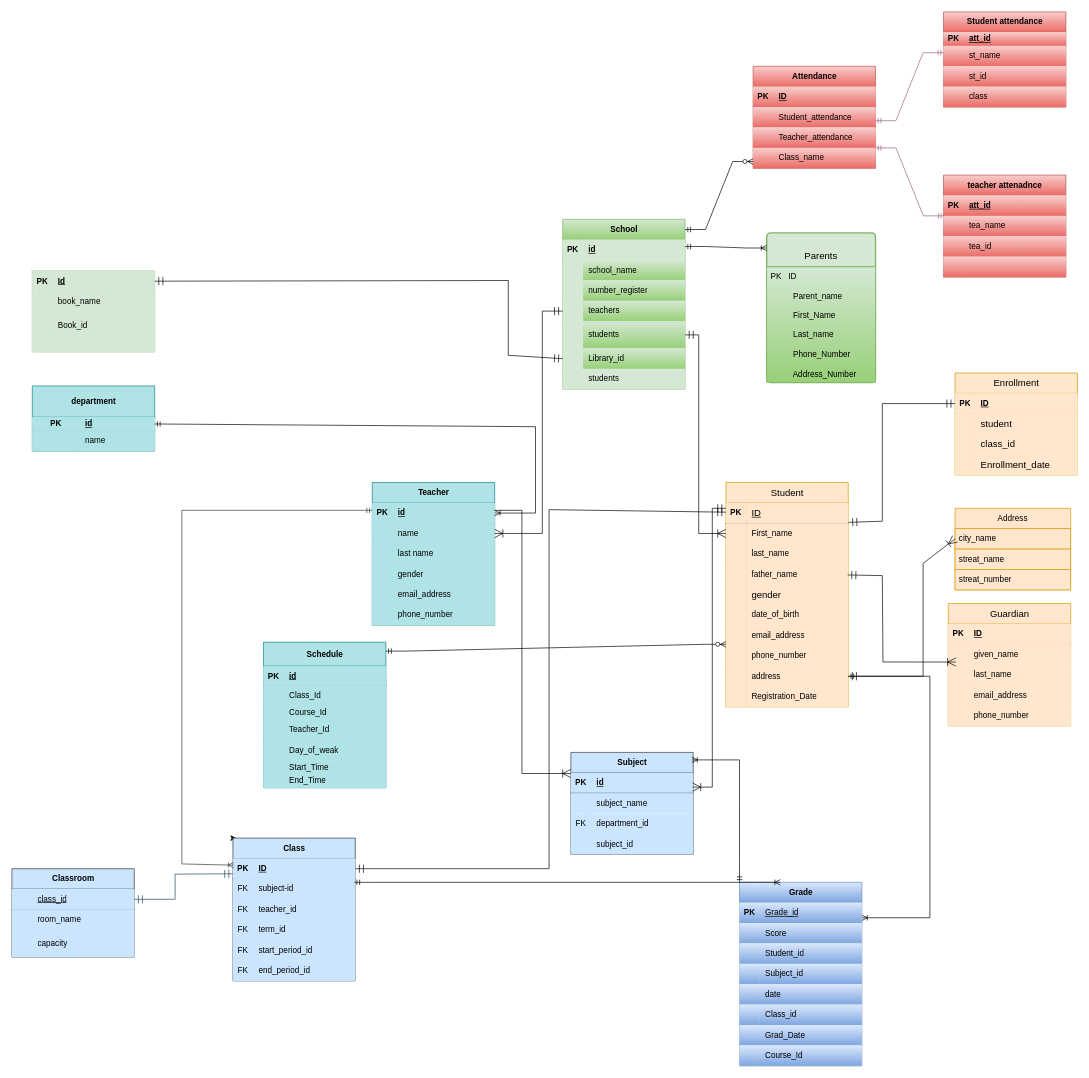
This is page "Page-1" (1 of 2) of ERD for School.drawio from murtazaGharibyar1383/Database-for-school, a draw.io file, before an edit. Source tidied: cells renumbered, new cells numbered last; positions are measured from the earlier drawing's top-left corner, leaving out a move shared by most shapes. Both pictures are drawn from the tidied source at 68%, with x=0, y=0 at pixel (12, 12).
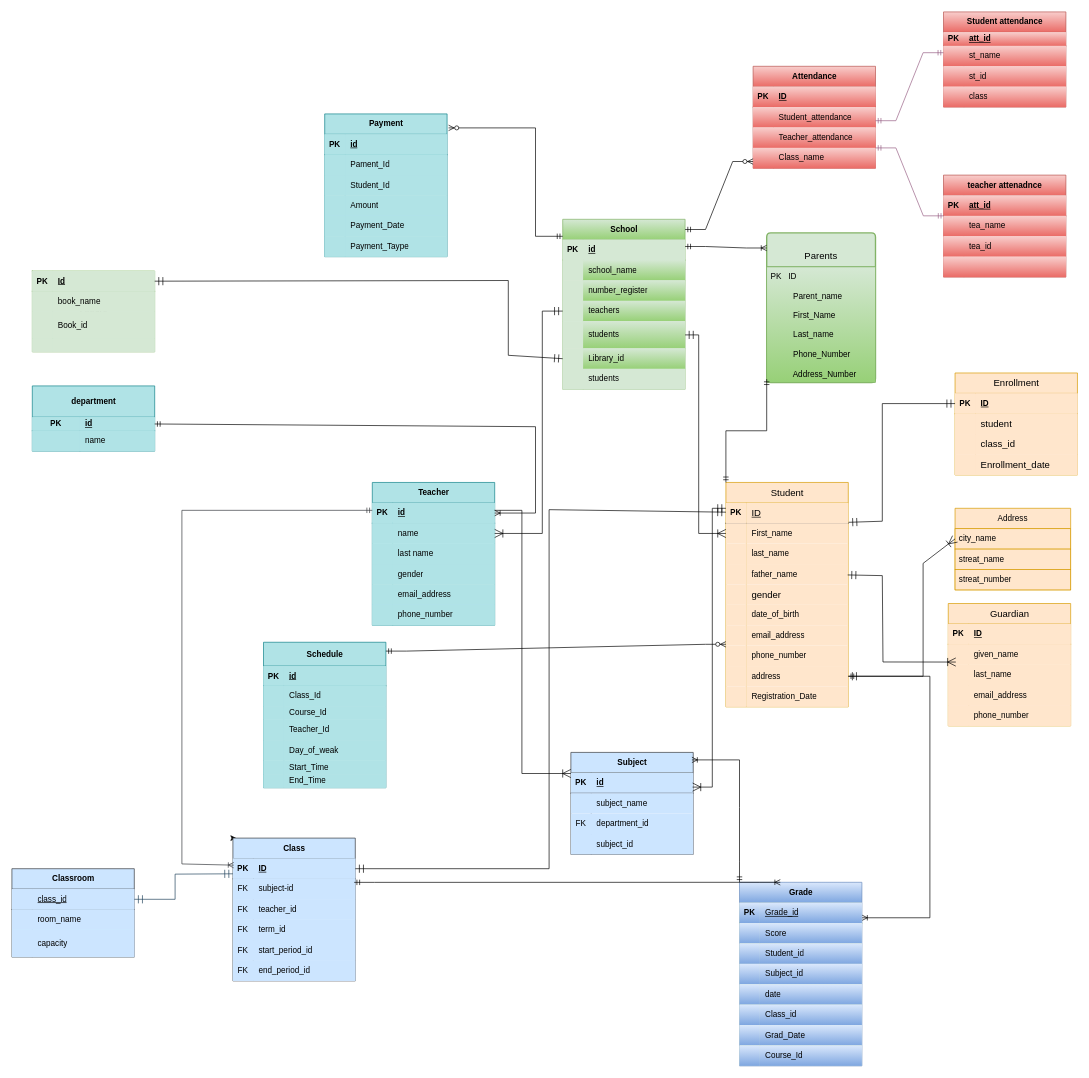
After the change.

The change refers to these unchanged cells:
```xml
<mxCell id="2" value="Student" style="shape=table;startSize=30;childLayout=tableLayout;rowLines=0;fontStyle=0;align=center;html=1;fontSize=14;labelBackgroundColor=none;fillColor=#ffe6cc;strokeColor=#d79b00;" parent="1" vertex="1">
  <mxGeometry x="1050" y="692" width="180" height="330" as="geometry" />
</mxCell>
```

The edit, as a diff of the source:
```diff
@@
+    <mxCell id="278" style="edgeStyle=elbowEdgeStyle;fontSize=12;html=1;endArrow=ERmandOne;startArrow=ERmandOne;rounded=0;elbow=vertical;exitX=0;exitY=0;exitDx=0;exitDy=0;" parent="1" edge="1" source="2">
+      <mxGeometry relative="1" as="geometry">
+        <mxPoint x="1110" y="540" as="targetPoint" />
+      </mxGeometry>
+    </mxCell>
+    <mxCell id="279" value="Payment" style="shape=table;startSize=30;childLayout=tableLayout;rowLines=0;fontStyle=1;align=center;html=1;fillColor=#b0e3e6;strokeColor=#0e8088;" parent="1" vertex="1">
+      <mxGeometry x="460" y="150" width="180" height="210" as="geometry" />
+    </mxCell>
+    <mxCell id="280" style="shape=tableRow;horizontal=0;startSize=0;swimlaneHead=0;swimlaneBody=0;fillColor=#b0e3e6;top=0;left=0;right=0;bottom=1;strokeColor=#0e8088;" parent="279" vertex="1">
+      <mxGeometry y="30" width="180" height="30" as="geometry" />
+    </mxCell>
+    <mxCell id="281" value="PK" style="shape=partialRectangle;fillColor=#b0e3e6;top=0;left=0;bottom=0;right=0;fontStyle=1;overflow=hidden;whiteSpace=wrap;html=1;strokeColor=#0e8088;" parent="280" vertex="1">
+      <mxGeometry width="30" height="30" as="geometry" />
+    </mxCell>
+    <mxCell id="282" value="id" style="shape=partialRectangle;fillColor=#b0e3e6;top=0;left=0;bottom=0;right=0;align=left;spacingLeft=6;fontStyle=5;overflow=hidden;whiteSpace=wrap;html=1;strokeColor=#0e8088;" parent="280" vertex="1">
+      <mxGeometry x="30" width="150" height="30" as="geometry" />
+    </mxCell>
+    <mxCell id="283" style="shape=tableRow;horizontal=0;startSize=0;swimlaneHead=0;swimlaneBody=0;fillColor=#b0e3e6;top=0;left=0;right=0;bottom=0;strokeColor=#0e8088;" parent="279" vertex="1">
+      <mxGeometry y="60" width="180" height="30" as="geometry" />
+    </mxCell>
+    <mxCell id="284" style="shape=partialRectangle;fillColor=#b0e3e6;top=0;left=0;bottom=0;right=0;overflow=hidden;whiteSpace=wrap;html=1;strokeColor=#0e8088;" parent="283" vertex="1">
+      <mxGeometry width="30" height="30" as="geometry" />
+    </mxCell>
+    <mxCell id="285" value="Pament_Id" style="shape=partialRectangle;fillColor=#b0e3e6;top=0;left=0;bottom=0;right=0;align=left;spacingLeft=6;overflow=hidden;whiteSpace=wrap;html=1;strokeColor=#0e8088;" parent="283" vertex="1">
+      <mxGeometry x="30" width="150" height="30" as="geometry" />
+    </mxCell>
+    <mxCell id="286" style="shape=tableRow;horizontal=0;startSize=0;swimlaneHead=0;swimlaneBody=0;fillColor=#b0e3e6;top=0;left=0;right=0;bottom=0;strokeColor=#0e8088;" parent="279" vertex="1">
+      <mxGeometry y="90" width="180" height="30" as="geometry" />
+    </mxCell>
+    <mxCell id="287" style="shape=partialRectangle;fillColor=#b0e3e6;top=0;left=0;bottom=0;right=0;overflow=hidden;whiteSpace=wrap;html=1;strokeColor=#0e8088;" parent="286" vertex="1">
+      <mxGeometry width="30" height="30" as="geometry" />
+    </mxCell>
+    <mxCell id="288" value="Student_Id" style="shape=partialRectangle;fillColor=#b0e3e6;top=0;left=0;bottom=0;right=0;align=left;spacingLeft=6;overflow=hidden;whiteSpace=wrap;html=1;strokeColor=#0e8088;" parent="286" vertex="1">
+      <mxGeometry x="30" width="150" height="30" as="geometry" />
+    </mxCell>
+    <mxCell id="289" style="shape=tableRow;horizontal=0;startSize=0;swimlaneHead=0;swimlaneBody=0;fillColor=#b0e3e6;top=0;left=0;right=0;bottom=0;strokeColor=#0e8088;" parent="279" vertex="1">
+      <mxGeometry y="120" width="180" height="30" as="geometry" />
+    </mxCell>
+    <mxCell id="290" style="shape=partialRectangle;fillColor=#b0e3e6;top=0;left=0;bottom=0;right=0;overflow=hidden;whiteSpace=wrap;html=1;strokeColor=#0e8088;" parent="289" vertex="1">
+      <mxGeometry width="30" height="30" as="geometry" />
+    </mxCell>
+    <mxCell id="291" value="Amount" style="shape=partialRectangle;fillColor=#b0e3e6;top=0;left=0;bottom=0;right=0;align=left;spacingLeft=6;overflow=hidden;whiteSpace=wrap;html=1;strokeColor=#0e8088;" parent="289" vertex="1">
+      <mxGeometry x="30" width="150" height="30" as="geometry" />
+    </mxCell>
+    <mxCell id="292" style="shape=tableRow;horizontal=0;startSize=0;swimlaneHead=0;swimlaneBody=0;fillColor=#b0e3e6;top=0;left=0;right=0;bottom=0;strokeColor=#0e8088;" parent="279" vertex="1">
+      <mxGeometry y="150" width="180" height="30" as="geometry" />
+    </mxCell>
+    <mxCell id="293" style="shape=partialRectangle;fillColor=#b0e3e6;top=0;left=0;bottom=0;right=0;overflow=hidden;whiteSpace=wrap;html=1;strokeColor=#0e8088;" parent="292" vertex="1">
+      <mxGeometry width="30" height="30" as="geometry" />
+    </mxCell>
+    <mxCell id="294" value="Payment_Date" style="shape=partialRectangle;fillColor=#b0e3e6;top=0;left=0;bottom=0;right=0;align=left;spacingLeft=6;overflow=hidden;whiteSpace=wrap;html=1;strokeColor=#0e8088;" parent="292" vertex="1">
+      <mxGeometry x="30" width="150" height="30" as="geometry" />
+    </mxCell>
+    <mxCell id="295" style="shape=tableRow;horizontal=0;startSize=0;swimlaneHead=0;swimlaneBody=0;fillColor=#b0e3e6;top=0;left=0;right=0;bottom=0;strokeColor=#0e8088;" parent="279" vertex="1">
+      <mxGeometry y="180" width="180" height="30" as="geometry" />
+    </mxCell>
+    <mxCell id="296" style="shape=partialRectangle;fillColor=#b0e3e6;top=0;left=0;bottom=0;right=0;overflow=hidden;whiteSpace=wrap;html=1;strokeColor=#0e8088;" parent="295" vertex="1">
+      <mxGeometry width="30" height="30" as="geometry" />
+    </mxCell>
+    <mxCell id="297" value="Payment_Taype" style="shape=partialRectangle;fillColor=#b0e3e6;top=0;left=0;bottom=0;right=0;align=left;spacingLeft=6;overflow=hidden;whiteSpace=wrap;html=1;strokeColor=#0e8088;" parent="295" vertex="1">
+      <mxGeometry x="30" width="150" height="30" as="geometry" />
+    </mxCell>
+    <mxCell id="298" style="edgeStyle=elbowEdgeStyle;fontSize=12;html=1;endArrow=ERzeroToMany;startArrow=ERmandOne;rounded=0;entryX=1.012;entryY=0.098;entryDx=0;entryDy=0;entryPerimeter=0;" parent="1" edge="1" target="279">
+      <mxGeometry relative="1" as="geometry">
+        <mxPoint x="810" y="330" as="sourcePoint" />
+        <Array as="points">
+          <mxPoint x="770" y="140" />
+        </Array>
+      </mxGeometry>
+    </mxCell>
```
